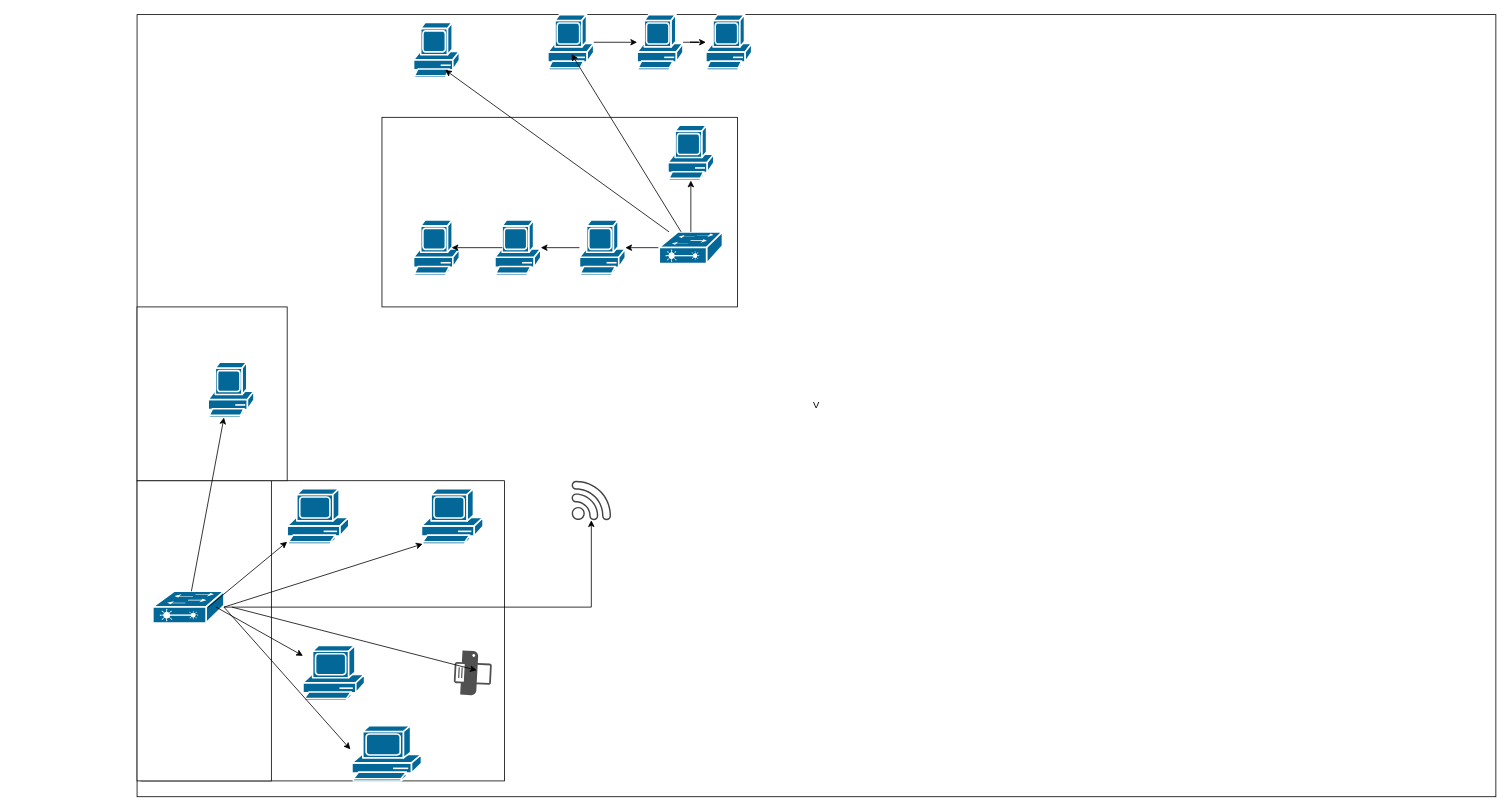
Above: Untitled Diagram.drawio in GabrielBuenoSathler/mapa-de-rede (draw.io), before the change. Source tidied: cells renumbered, new cells numbered last; positions are measured from the earlier drawing's top-left corner, leaving out a move shared by most shapes. Both pictures are drawn from the tidied source at 79%, with x=0, y=0 at pixel (137, 14).
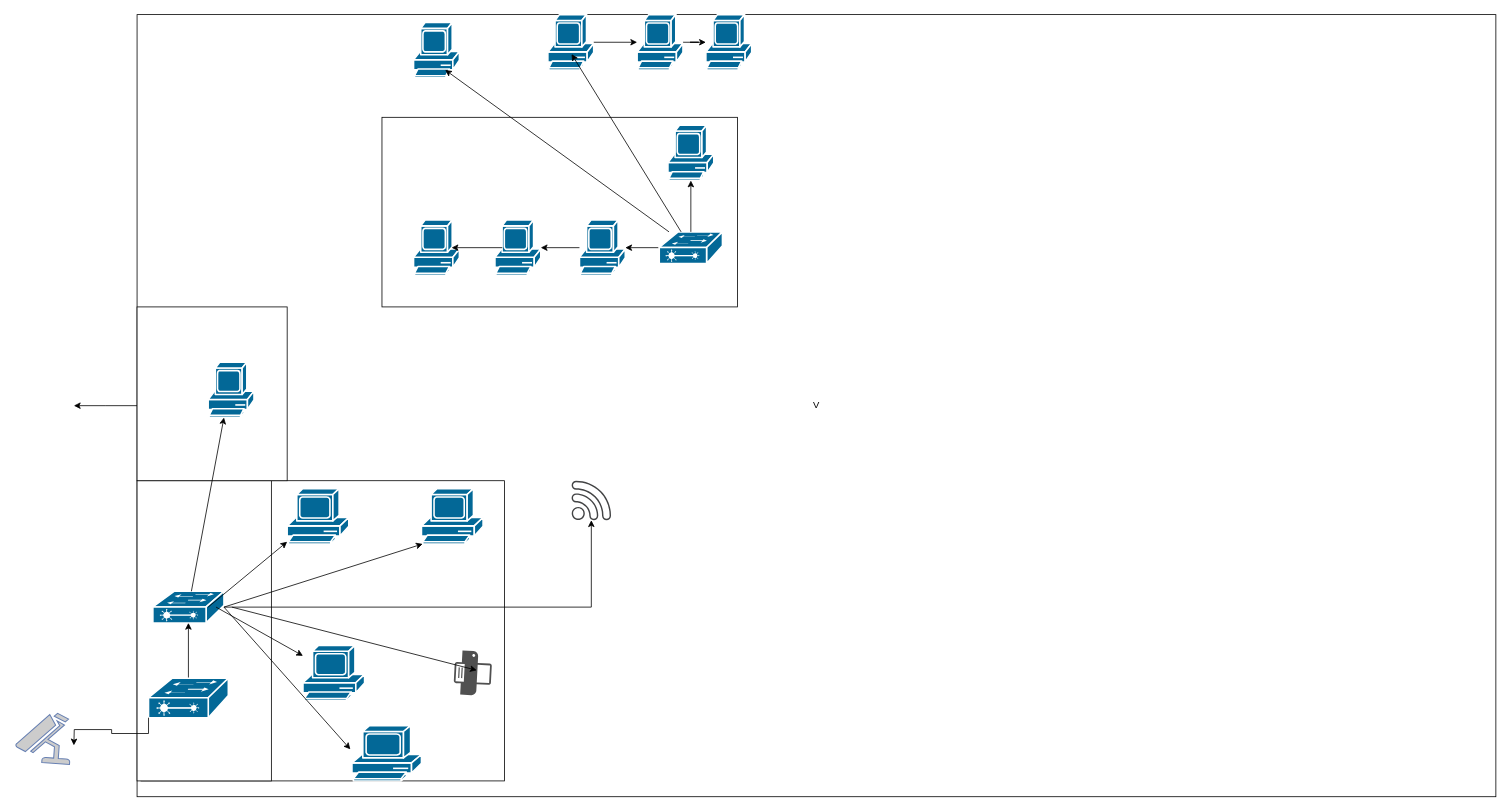
The same diagram, later.

The change refers to these unchanged cells:
```xml
<mxCell id="2" value="V" style="rounded=0;whiteSpace=wrap;html=1;" parent="1" vertex="1">
  <mxGeometry width="1720" height="990" as="geometry" />
</mxCell>
<mxCell id="6" style="strokeColor=#ffffff;sketch=0;html=1;dashed=0;fillColor=#036897;strokeWidth=2;verticalLabelPosition=bottom;verticalAlign=top;align=center;outlineConnect=0;shape=mxgraph.cisco.switches.layer_2_remote_switch;" parent="1" vertex="1">
  <mxGeometry x="20" y="730" width="90" height="40" as="geometry" />
</mxCell>
```

Diff of the diagram source:
```diff
@@
+    <mxCell id="39" style="edgeStyle=orthogonalEdgeStyle;rounded=0;jettySize=auto;html=1;" parent="1" edge="1" source="2">
+      <mxGeometry relative="1" as="geometry">
+        <mxPoint x="-80" y="495" as="targetPoint" />
+      </mxGeometry>
+    </mxCell>
@@
+    <mxCell id="40" style="edgeStyle=orthogonalEdgeStyle;rounded=0;jettySize=auto;html=1;" parent="1" edge="1" source="41" target="6">
+      <mxGeometry relative="1" as="geometry" />
+    </mxCell>
+    <mxCell id="41" style="strokeColor=#ffffff;sketch=0;html=1;dashed=0;fillColor=#036897;strokeWidth=2;verticalLabelPosition=bottom;verticalAlign=top;align=center;outlineConnect=0;shape=mxgraph.cisco.switches.layer_2_remote_switch;" parent="1" vertex="1">
+      <mxGeometry x="14.5" y="840" width="101" height="50" as="geometry" />
+    </mxCell>
+    <mxCell id="42" style="fontColor=#0066CC;verticalAlign=top;verticalLabelPosition=bottom;labelPosition=center;align=center;html=1;fillColor=#CCCCCC;strokeColor=#6881B3;gradientColor=none;gradientDirection=north;strokeWidth=2;shape=mxgraph.networks.security_camera;rotation=-86;" parent="1" vertex="1">
+      <mxGeometry x="-150" y="880" width="63.5" height="70" as="geometry" />
+    </mxCell>
+    <mxCell id="43" style="edgeStyle=orthogonalEdgeStyle;rounded=0;jettySize=auto;html=1;exitX=0;exitY=1;exitDx=0;exitDy=0;exitPerimeter=0;" parent="1" edge="1" source="41">
+      <mxGeometry relative="1" as="geometry">
+        <mxPoint x="-80" y="925" as="targetPoint" />
+      </mxGeometry>
+    </mxCell>
```
